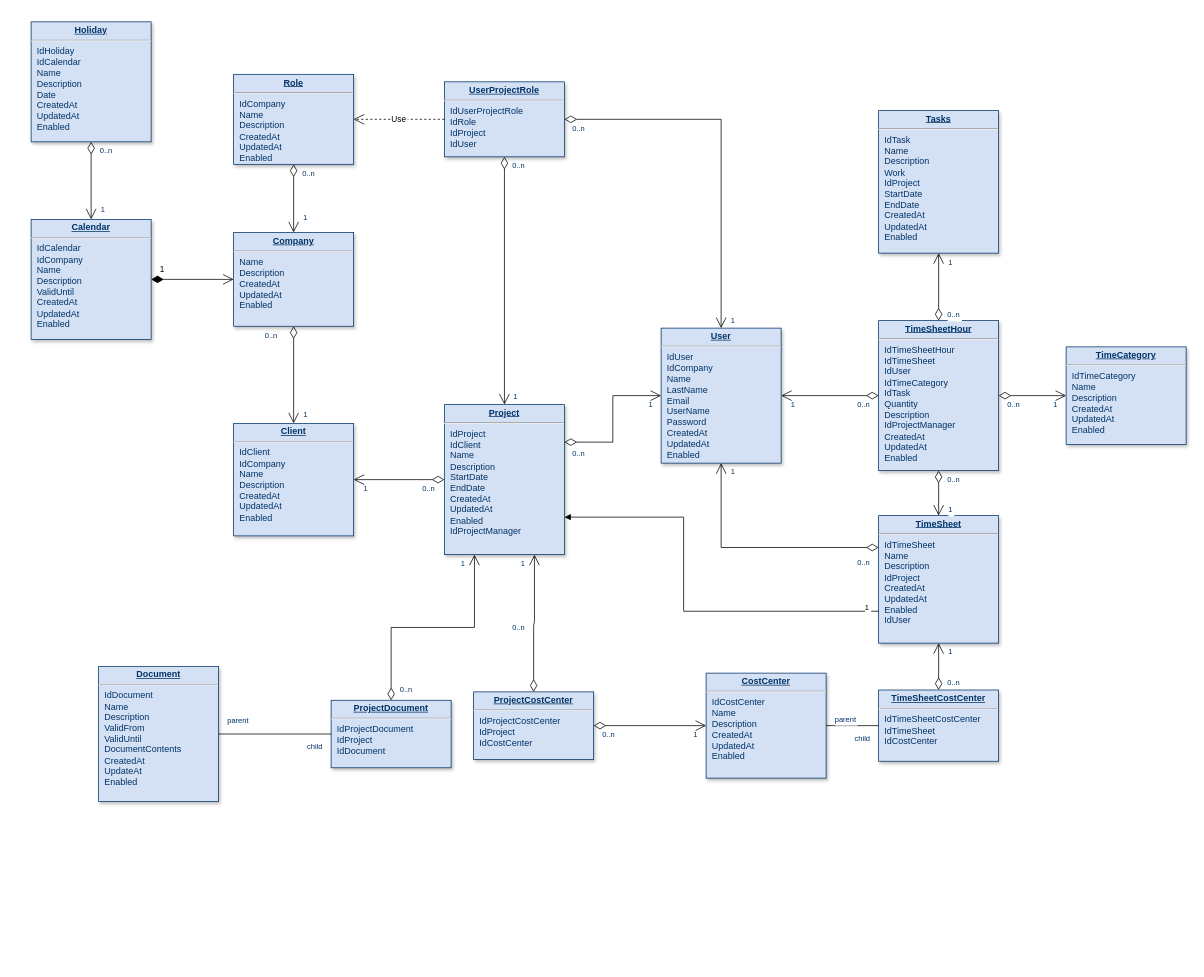
drojasga/demo-cda-2021-1S keeps this draw.io diagram as Untitled Diagram.drawio. Above is the earlier version. Source tidied: cells renumbered, new cells numbered last; positions are measured from the earlier drawing's top-left corner, leaving out a move shared by most shapes. Both pictures are drawn from the tidied source at 75%, with x=0, y=0 at pixel (31, 22).
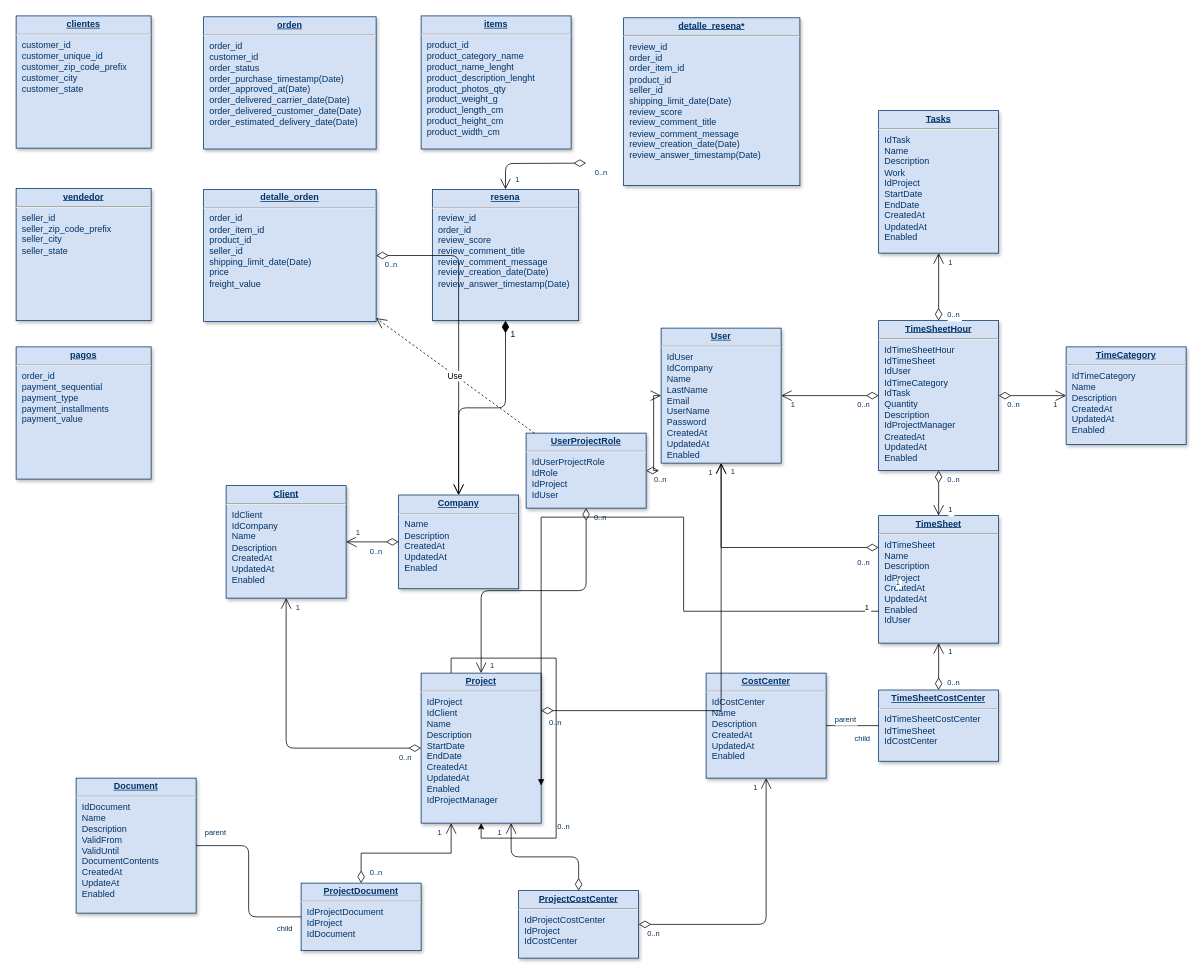
The same diagram, later.

Unchanged cells that the change refers to:
```xml
<mxCell id="22" style="endArrow=open;endSize=12;startArrow=diamondThin;startSize=14;startFill=0;edgeStyle=orthogonalEdgeStyle;rounded=0;" parent="1" edge="1" source="6" target="5">
  <mxGeometry x="519.4" y="180" as="geometry" />
</mxCell>
```

Change to the diagram source:
```diff
@@
-    <mxCell id="2" value="&lt;p style=&quot;margin: 0px; margin-top: 4px; text-align: center; text-decoration: underline;&quot;&gt;&lt;strong&gt;Role&lt;/strong&gt;&lt;/p&gt;&lt;hr /&gt;&lt;p style=&quot;margin: 0px; margin-left: 8px;&quot;&gt;IdCompany&lt;br /&gt;Name&lt;/p&gt;&lt;p style=&quot;margin: 0px; margin-left: 8px;&quot;&gt;Description&lt;/p&gt;&lt;p style=&quot;margin: 0px; margin-left: 8px;&quot;&gt;CreatedAt&lt;/p&gt;&lt;p style=&quot;margin: 0px; margin-left: 8px;&quot;&gt;UpdatedAt&lt;/p&gt;&lt;p style=&quot;margin: 0px; margin-left: 8px;&quot;&gt;Enabled&lt;/p&gt;" style="verticalAlign=top;align=left;overflow=fill;fontSize=12;fontFamily=Helvetica;html=1;strokeColor=#003366;shadow=1;fillColor=#D4E1F5;fontColor=#003366;" parent="1" vertex="1">
-      <mxGeometry x="270" y="69.6" width="160" height="120" as="geometry" />
+    <mxCell id="2" value="&lt;p style=&quot;margin: 0px ; margin-top: 4px ; text-align: center ; text-decoration: underline&quot;&gt;&lt;b&gt;detalle_orden&lt;/b&gt;&lt;/p&gt;&lt;hr&gt;&lt;p style=&quot;margin: 0px ; margin-left: 8px&quot;&gt;order_id&lt;/p&gt;&lt;p style=&quot;margin: 0px ; margin-left: 8px&quot;&gt;order_item_id&lt;/p&gt;&lt;p style=&quot;margin: 0px ; margin-left: 8px&quot;&gt;product_id&lt;/p&gt;&lt;p style=&quot;margin: 0px ; margin-left: 8px&quot;&gt;seller_id&lt;/p&gt;&lt;p style=&quot;margin: 0px ; margin-left: 8px&quot;&gt;shipping_limit_date(Date)&lt;/p&gt;&lt;p style=&quot;margin: 0px ; margin-left: 8px&quot;&gt;price&lt;/p&gt;&lt;p style=&quot;margin: 0px ; margin-left: 8px&quot;&gt;freight_value&lt;/p&gt;" style="verticalAlign=top;align=left;overflow=fill;fontSize=12;fontFamily=Helvetica;html=1;strokeColor=#003366;shadow=1;fillColor=#D4E1F5;fontColor=#003366;" parent="1" vertex="1">
+      <mxGeometry x="230" y="223" width="230" height="176.3" as="geometry" />
     </mxCell>
     <mxCell id="3" value="&lt;p style=&quot;margin: 0px; margin-top: 4px; text-align: center; text-decoration: underline;&quot;&gt;&lt;strong&gt;Company&lt;/strong&gt;&lt;/p&gt;&lt;hr /&gt;&lt;p style=&quot;margin: 0px; margin-left: 8px;&quot;&gt;Name&lt;/p&gt;&lt;p style=&quot;margin: 0px; margin-left: 8px;&quot;&gt;Description&lt;/p&gt;&lt;p style=&quot;margin: 0px; margin-left: 8px;&quot;&gt;CreatedAt&lt;/p&gt;&lt;p style=&quot;margin: 0px; margin-left: 8px;&quot;&gt;UpdatedAt&lt;/p&gt;&lt;p style=&quot;margin: 0px; margin-left: 8px;&quot;&gt;Enabled&lt;/p&gt;" style="verticalAlign=top;align=left;overflow=fill;fontSize=12;fontFamily=Helvetica;html=1;strokeColor=#003366;shadow=1;fillColor=#D4E1F5;fontColor=#003366;" parent="1" vertex="1">
-      <mxGeometry x="270" y="280.5" width="160" height="125" as="geometry" />
+      <mxGeometry x="490" y="630.5" width="160" height="125" as="geometry" />
     </mxCell>
-    <mxCell id="4" value="&lt;p style=&quot;margin: 0px; margin-top: 4px; text-align: center; text-decoration: underline;&quot;&gt;&lt;strong&gt;Calendar&lt;/strong&gt;&lt;/p&gt;&lt;hr /&gt;&lt;p style=&quot;margin: 0px; margin-left: 8px;&quot;&gt;IdCalendar&lt;/p&gt;&lt;p style=&quot;margin: 0px; margin-left: 8px;&quot;&gt;IdCompany&lt;/p&gt;&lt;p style=&quot;margin: 0px; margin-left: 8px;&quot;&gt;Name&lt;/p&gt;&lt;p style=&quot;margin: 0px; margin-left: 8px;&quot;&gt;Description&lt;/p&gt;&lt;p style=&quot;margin: 0px; margin-left: 8px;&quot;&gt;ValidUntil&lt;/p&gt;&lt;p style=&quot;margin: 0px; margin-left: 8px;&quot;&gt;CreatedAt&lt;/p&gt;&lt;p style=&quot;margin: 0px; margin-left: 8px;&quot;&gt;UpdatedAt&lt;/p&gt;&lt;p style=&quot;margin: 0px; margin-left: 8px;&quot;&gt;Enabled&lt;/p&gt;" style="verticalAlign=top;align=left;overflow=fill;fontSize=12;fontFamily=Helvetica;html=1;strokeColor=#003366;shadow=1;fillColor=#D4E1F5;fontColor=#003366;" parent="1" vertex="1">
-      <mxGeometry y="263" width="160" height="160" as="geometry" />
+    <mxCell id="4" value="&lt;p style=&quot;margin: 0px ; margin-top: 4px ; text-align: center ; text-decoration: underline&quot;&gt;&lt;b&gt;resena&lt;/b&gt;&lt;/p&gt;&lt;hr&gt;&lt;p style=&quot;margin: 0px ; margin-left: 8px&quot;&gt;review_id&lt;/p&gt;&lt;p style=&quot;margin: 0px ; margin-left: 8px&quot;&gt;order_id&lt;/p&gt;&lt;p style=&quot;margin: 0px ; margin-left: 8px&quot;&gt;review_score&lt;/p&gt;&lt;p style=&quot;margin: 0px ; margin-left: 8px&quot;&gt;review_comment_title&lt;/p&gt;&lt;p style=&quot;margin: 0px ; margin-left: 8px&quot;&gt;review_comment_message&lt;/p&gt;&lt;p style=&quot;margin: 0px ; margin-left: 8px&quot;&gt;review_creation_date(Date)&lt;/p&gt;&lt;p style=&quot;margin: 0px ; margin-left: 8px&quot;&gt;review_answer_timestamp(Date)&lt;/p&gt;" style="verticalAlign=top;align=left;overflow=fill;fontSize=12;fontFamily=Helvetica;html=1;strokeColor=#003366;shadow=1;fillColor=#D4E1F5;fontColor=#003366;" parent="1" vertex="1">
+      <mxGeometry x="535" y="223" width="195" height="175" as="geometry" />
     </mxCell>
@@
     <mxCell id="6" value="&lt;p style=&quot;margin: 0px; margin-top: 4px; text-align: center; text-decoration: underline;&quot;&gt;&lt;strong&gt;UserProjectRole&lt;/strong&gt;&lt;/p&gt;&lt;hr /&gt;&lt;p style=&quot;margin: 0px; margin-left: 8px;&quot;&gt;IdUserProjectRole&lt;/p&gt;&lt;p style=&quot;margin: 0px; margin-left: 8px;&quot;&gt;IdRole&lt;/p&gt;&lt;p style=&quot;margin: 0px; margin-left: 8px;&quot;&gt;IdProject&lt;/p&gt;&lt;p style=&quot;margin: 0px; margin-left: 8px;&quot;&gt;IdUser&lt;/p&gt;" style="verticalAlign=top;align=left;overflow=fill;fontSize=12;fontFamily=Helvetica;html=1;strokeColor=#003366;shadow=1;fillColor=#D4E1F5;fontColor=#003366;" parent="1" vertex="1">
-      <mxGeometry x="551.1" y="79.6" width="160" height="100" as="geometry" />
+      <mxGeometry x="660" y="548" width="160" height="100" as="geometry" />
     </mxCell>
     <mxCell id="7" value="&lt;p style=&quot;margin: 0px; margin-top: 4px; text-align: center; text-decoration: underline;&quot;&gt;&lt;strong&gt;Client&lt;/strong&gt;&lt;/p&gt;&lt;hr /&gt;&lt;p style=&quot;margin: 0px; margin-left: 8px;&quot;&gt;IdClient&lt;/p&gt;&lt;p style=&quot;margin: 0px; margin-left: 8px;&quot;&gt;IdCompany&lt;/p&gt;&lt;p style=&quot;margin: 0px; margin-left: 8px;&quot;&gt;Name&lt;/p&gt;&lt;p style=&quot;margin: 0px; margin-left: 8px;&quot;&gt;Description&lt;/p&gt;&lt;p style=&quot;margin: 0px; margin-left: 8px;&quot;&gt;CreatedAt&lt;/p&gt;&lt;p style=&quot;margin: 0px; margin-left: 8px;&quot;&gt;UpdatedAt&lt;/p&gt;&lt;p style=&quot;margin: 0px; margin-left: 8px;&quot;&gt;Enabled&lt;/p&gt;" style="verticalAlign=top;align=left;overflow=fill;fontSize=12;fontFamily=Helvetica;html=1;strokeColor=#003366;shadow=1;fillColor=#D4E1F5;fontColor=#003366;" parent="1" vertex="1">
-      <mxGeometry x="270" y="535" width="160" height="150" as="geometry" />
+      <mxGeometry x="260" y="618" width="160" height="150" as="geometry" />
     </mxCell>
-    <mxCell id="8" value="&lt;p style=&quot;margin: 0px; margin-top: 4px; text-align: center; text-decoration: underline;&quot;&gt;&lt;strong&gt;Holiday&lt;/strong&gt;&lt;/p&gt;&lt;hr /&gt;&lt;p style=&quot;margin: 0px; margin-left: 8px;&quot;&gt;IdHoliday&lt;/p&gt;&lt;p style=&quot;margin: 0px; margin-left: 8px;&quot;&gt;IdCalendar&lt;/p&gt;&lt;p style=&quot;margin: 0px; margin-left: 8px;&quot;&gt;Name&lt;/p&gt;&lt;p style=&quot;margin: 0px; margin-left: 8px;&quot;&gt;Description&lt;/p&gt;&lt;p style=&quot;margin: 0px; margin-left: 8px;&quot;&gt;Date&lt;/p&gt;&lt;p style=&quot;margin: 0px; margin-left: 8px;&quot;&gt;CreatedAt&lt;/p&gt;&lt;p style=&quot;margin: 0px; margin-left: 8px;&quot;&gt;UpdatedAt&lt;/p&gt;&lt;p style=&quot;margin: 0px; margin-left: 8px;&quot;&gt;Enabled&lt;/p&gt;" style="verticalAlign=top;align=left;overflow=fill;fontSize=12;fontFamily=Helvetica;html=1;strokeColor=#003366;shadow=1;fillColor=#D4E1F5;fontColor=#003366;" parent="1" vertex="1">
-      <mxGeometry y="-0.4" width="160" height="160" as="geometry" />
+    <mxCell id="8" value="&lt;p style=&quot;margin: 0px ; margin-top: 4px ; text-align: center ; text-decoration: underline&quot;&gt;&lt;b&gt;clientes&lt;/b&gt;&lt;/p&gt;&lt;hr&gt;&lt;p style=&quot;margin: 0px ; margin-left: 8px&quot;&gt;customer_id&lt;/p&gt;&lt;p style=&quot;margin: 0px ; margin-left: 8px&quot;&gt;customer_unique_id&lt;/p&gt;&lt;p style=&quot;margin: 0px ; margin-left: 8px&quot;&gt;customer_zip_code_prefix&lt;/p&gt;&lt;p style=&quot;margin: 0px ; margin-left: 8px&quot;&gt;customer_city&lt;/p&gt;&lt;p style=&quot;margin: 0px ; margin-left: 8px&quot;&gt;customer_state&lt;/p&gt;" style="verticalAlign=top;align=left;overflow=fill;fontSize=12;fontFamily=Helvetica;html=1;strokeColor=#003366;shadow=1;fillColor=#D4E1F5;fontColor=#003366;" parent="1" vertex="1">
+      <mxGeometry x="-20" y="-8.3" width="180" height="176.3" as="geometry" />
     </mxCell>
@@
     <mxCell id="11" value="&lt;p style=&quot;margin: 0px; margin-top: 4px; text-align: center; text-decoration: underline;&quot;&gt;&lt;strong&gt;Document&lt;/strong&gt;&lt;/p&gt;&lt;hr /&gt;&lt;p style=&quot;margin: 0px; margin-left: 8px;&quot;&gt;IdDocument&lt;/p&gt;&lt;p style=&quot;margin: 0px; margin-left: 8px;&quot;&gt;Name&lt;/p&gt;&lt;p style=&quot;margin: 0px; margin-left: 8px;&quot;&gt;Description&lt;/p&gt;&lt;p style=&quot;margin: 0px; margin-left: 8px;&quot;&gt;ValidFrom&lt;/p&gt;&lt;p style=&quot;margin: 0px; margin-left: 8px;&quot;&gt;ValidUntil&lt;/p&gt;&lt;p style=&quot;margin: 0px; margin-left: 8px;&quot;&gt;DocumentContents&lt;/p&gt;&lt;p style=&quot;margin: 0px; margin-left: 8px;&quot;&gt;CreatedAt&lt;/p&gt;&lt;p style=&quot;margin: 0px; margin-left: 8px;&quot;&gt;UpdateAt&lt;/p&gt;&lt;p style=&quot;margin: 0px; margin-left: 8px;&quot;&gt;Enabled&lt;/p&gt;" style="verticalAlign=top;align=left;overflow=fill;fontSize=12;fontFamily=Helvetica;html=1;strokeColor=#003366;shadow=1;fillColor=#D4E1F5;fontColor=#003366;" parent="1" vertex="1">
-      <mxGeometry x="90" y="859.2" width="160" height="180" as="geometry" />
+      <mxGeometry x="60" y="1008" width="160" height="180" as="geometry" />
     </mxCell>
     <mxCell id="12" value="&lt;p style=&quot;margin: 0px; margin-top: 4px; text-align: center; text-decoration: underline;&quot;&gt;&lt;strong&gt;Project&lt;/strong&gt;&lt;/p&gt;&lt;hr /&gt;&lt;p style=&quot;margin: 0px; margin-left: 8px;&quot;&gt;IdProject&lt;/p&gt;&lt;p style=&quot;margin: 0px; margin-left: 8px;&quot;&gt;IdClient&lt;/p&gt;&lt;p style=&quot;margin: 0px; margin-left: 8px;&quot;&gt;Name&lt;/p&gt;&lt;p style=&quot;margin: 0px; margin-left: 8px;&quot;&gt;Description&lt;/p&gt;&lt;p style=&quot;margin: 0px; margin-left: 8px;&quot;&gt;StartDate&lt;/p&gt;&lt;p style=&quot;margin: 0px; margin-left: 8px;&quot;&gt;EndDate&lt;/p&gt;&lt;p style=&quot;margin: 0px; margin-left: 8px;&quot;&gt;CreatedAt&lt;/p&gt;&lt;p style=&quot;margin: 0px; margin-left: 8px;&quot;&gt;UpdatedAt&lt;/p&gt;&lt;p style=&quot;margin: 0px; margin-left: 8px;&quot;&gt;Enabled&lt;br /&gt;IdProjectManager&lt;/p&gt;" style="verticalAlign=top;align=left;overflow=fill;fontSize=12;fontFamily=Helvetica;html=1;strokeColor=#003366;shadow=1;fillColor=#D4E1F5;fontColor=#003366;" parent="1" vertex="1">
-      <mxGeometry x="551.1" y="510" width="160" height="200" as="geometry" />
+      <mxGeometry x="520" y="868" width="160" height="200" as="geometry" />
     </mxCell>
@@
     <mxCell id="16" value="&lt;p style=&quot;margin: 0px; margin-top: 4px; text-align: center; text-decoration: underline;&quot;&gt;&lt;strong&gt;ProjectCostCenter&lt;/strong&gt;&lt;/p&gt;&lt;hr /&gt;&lt;p style=&quot;margin: 0px; margin-left: 8px;&quot;&gt;IdProjectCostCenter&lt;/p&gt;&lt;p style=&quot;margin: 0px; margin-left: 8px;&quot;&gt;IdProject&lt;/p&gt;&lt;p style=&quot;margin: 0px; margin-left: 8px;&quot;&gt;IdCostCenter&lt;/p&gt;" style="verticalAlign=top;align=left;overflow=fill;fontSize=12;fontFamily=Helvetica;html=1;strokeColor=#003366;shadow=1;fillColor=#D4E1F5;fontColor=#003366;" parent="1" vertex="1">
-      <mxGeometry x="590" y="893" width="160" height="90" as="geometry" />
+      <mxGeometry x="650" y="1158" width="160" height="90" as="geometry" />
     </mxCell>
     <mxCell id="17" value="&lt;p style=&quot;margin: 0px ; margin-top: 4px ; text-align: center ; text-decoration: underline&quot;&gt;&lt;strong&gt;ProjectDocument&lt;/strong&gt;&lt;/p&gt;&lt;hr&gt;&lt;p style=&quot;margin: 0px ; margin-left: 8px&quot;&gt;IdProjectDocument&lt;/p&gt;&lt;p style=&quot;margin: 0px ; margin-left: 8px&quot;&gt;IdProject&lt;/p&gt;&lt;p style=&quot;margin: 0px ; margin-left: 8px&quot;&gt;IdDocument&lt;/p&gt;" style="verticalAlign=top;align=left;overflow=fill;fontSize=12;fontFamily=Helvetica;html=1;strokeColor=#003366;shadow=1;fillColor=#D4E1F5;fontColor=#003366;" parent="1" vertex="1">
-      <mxGeometry x="400" y="904.2" width="160" height="90" as="geometry" />
+      <mxGeometry x="360" y="1148" width="160" height="90" as="geometry" />
     </mxCell>
@@
-    <mxCell id="24" value="1" style="align=right;verticalAlign=top;labelBackgroundColor=#ffffff;fontSize=10;strokeColor=#003366;shadow=1;fillColor=#D4E1F5;fontColor=#003366;" parent="22" vertex="1">
-      <mxGeometry x="1" relative="1" as="geometry">
-        <mxPoint x="-550" y="-160" as="offset" />
-      </mxGeometry>
-    </mxCell>
@@
-    <mxCell id="61" style="endArrow=open;endSize=12;startArrow=diamondThin;startSize=14;startFill=0;edgeStyle=orthogonalEdgeStyle;" parent="1" edge="1" source="8" target="4">
-      <mxGeometry x="620" y="340" as="geometry" />
+    <mxCell id="61" style="endArrow=open;endSize=12;startArrow=diamondThin;startSize=14;startFill=0;edgeStyle=orthogonalEdgeStyle;" parent="1" edge="1" target="4">
+      <mxGeometry x="620" y="340" as="geometry">
+        <mxPoint x="740" y="188" as="sourcePoint" />
+      </mxGeometry>
     </mxCell>
@@
+    <mxCell id="77" value="&lt;p style=&quot;margin: 0px ; margin-top: 4px ; text-align: center ; text-decoration: underline&quot;&gt;&lt;b&gt;items&lt;/b&gt;&lt;/p&gt;&lt;hr&gt;&lt;p style=&quot;margin: 0px ; margin-left: 8px&quot;&gt;product_id&lt;/p&gt;&lt;p style=&quot;margin: 0px ; margin-left: 8px&quot;&gt;product_category_name&lt;/p&gt;&lt;p style=&quot;margin: 0px ; margin-left: 8px&quot;&gt;product_name_lenght&lt;/p&gt;&lt;p style=&quot;margin: 0px ; margin-left: 8px&quot;&gt;product_description_lenght&lt;/p&gt;&lt;p style=&quot;margin: 0px ; margin-left: 8px&quot;&gt;product_photos_qty&lt;/p&gt;&lt;p style=&quot;margin: 0px ; margin-left: 8px&quot;&gt;product_weight_g&lt;/p&gt;&lt;p style=&quot;margin: 0px ; margin-left: 8px&quot;&gt;product_length_cm&lt;/p&gt;&lt;p style=&quot;margin: 0px ; margin-left: 8px&quot;&gt;product_height_cm&lt;/p&gt;&lt;p style=&quot;margin: 0px ; margin-left: 8px&quot;&gt;product_width_cm&lt;/p&gt;" style="verticalAlign=top;align=left;overflow=fill;fontSize=12;fontFamily=Helvetica;html=1;strokeColor=#003366;shadow=1;fillColor=#D4E1F5;fontColor=#003366;" parent="1" vertex="1">
+      <mxGeometry x="520" y="-8.3" width="200" height="177.5" as="geometry" />
+    </mxCell>
+    <mxCell id="78" value="&lt;p style=&quot;margin: 0px ; margin-top: 4px ; text-align: center ; text-decoration: underline&quot;&gt;&lt;b&gt;orden&lt;/b&gt;&lt;/p&gt;&lt;hr&gt;&lt;p style=&quot;margin: 0px ; margin-left: 8px&quot;&gt;order_id&lt;/p&gt;&lt;p style=&quot;margin: 0px ; margin-left: 8px&quot;&gt;customer_id&lt;/p&gt;&lt;p style=&quot;margin: 0px ; margin-left: 8px&quot;&gt;order_status&lt;/p&gt;&lt;p style=&quot;margin: 0px ; margin-left: 8px&quot;&gt;order_purchase_timestamp(Date)&lt;/p&gt;&lt;p style=&quot;margin: 0px ; margin-left: 8px&quot;&gt;order_approved_at(Date)&lt;/p&gt;&lt;p style=&quot;margin: 0px ; margin-left: 8px&quot;&gt;order_delivered_carrier_date(Date)&lt;/p&gt;&lt;p style=&quot;margin: 0px ; margin-left: 8px&quot;&gt;order_delivered_customer_date(Date)&lt;/p&gt;&lt;p style=&quot;margin: 0px ; margin-left: 8px&quot;&gt;order_estimated_delivery_date(Date)&lt;/p&gt;" style="verticalAlign=top;align=left;overflow=fill;fontSize=12;fontFamily=Helvetica;html=1;strokeColor=#003366;shadow=1;fillColor=#D4E1F5;fontColor=#003366;" parent="1" vertex="1">
+      <mxGeometry x="230" y="-7.1" width="230" height="176.3" as="geometry" />
+    </mxCell>
+    <mxCell id="79" style="edgeStyle=orthogonalEdgeStyle;rounded=0;orthogonalLoop=1;jettySize=auto;html=1;exitX=0.25;exitY=0;exitDx=0;exitDy=0;" parent="1" edge="1" source="12" target="12">
+      <mxGeometry relative="1" as="geometry" />
+    </mxCell>
+    <mxCell id="80" value="&lt;p style=&quot;margin: 0px ; margin-top: 4px ; text-align: center ; text-decoration: underline&quot;&gt;&lt;b&gt;vendedor&lt;/b&gt;&lt;/p&gt;&lt;hr&gt;&lt;p style=&quot;margin: 0px ; margin-left: 8px&quot;&gt;seller_id&lt;/p&gt;&lt;p style=&quot;margin: 0px ; margin-left: 8px&quot;&gt;seller_zip_code_prefix&lt;/p&gt;&lt;p style=&quot;margin: 0px ; margin-left: 8px&quot;&gt;seller_city&lt;/p&gt;&lt;p style=&quot;margin: 0px ; margin-left: 8px&quot;&gt;seller_state&lt;/p&gt;" style="verticalAlign=top;align=left;overflow=fill;fontSize=12;fontFamily=Helvetica;html=1;strokeColor=#003366;shadow=1;fillColor=#D4E1F5;fontColor=#003366;" parent="1" vertex="1">
+      <mxGeometry x="-20" y="221.7" width="180" height="176.3" as="geometry" />
+    </mxCell>
+    <mxCell id="81" value="&lt;p style=&quot;margin: 0px ; margin-top: 4px ; text-align: center ; text-decoration: underline&quot;&gt;&lt;b&gt;detalle_resena*&lt;/b&gt;&lt;/p&gt;&lt;hr&gt;&lt;p style=&quot;margin: 0px ; margin-left: 8px&quot;&gt;review_id&lt;/p&gt;&lt;p style=&quot;margin: 0px ; margin-left: 8px&quot;&gt;order_id&lt;/p&gt;&lt;p style=&quot;margin: 0px 0px 0px 8px&quot;&gt;order_item_id&lt;/p&gt;&lt;p style=&quot;margin: 0px 0px 0px 8px&quot;&gt;product_id&lt;/p&gt;&lt;p style=&quot;margin: 0px 0px 0px 8px&quot;&gt;seller_id&lt;/p&gt;&lt;p style=&quot;margin: 0px 0px 0px 8px&quot;&gt;shipping_limit_date(Date)&lt;/p&gt;&lt;p style=&quot;margin: 0px ; margin-left: 8px&quot;&gt;review_score&lt;/p&gt;&lt;p style=&quot;margin: 0px ; margin-left: 8px&quot;&gt;review_comment_title&lt;/p&gt;&lt;p style=&quot;margin: 0px ; margin-left: 8px&quot;&gt;review_comment_message&lt;/p&gt;&lt;p style=&quot;margin: 0px ; margin-left: 8px&quot;&gt;review_creation_date(Date)&lt;/p&gt;&lt;p style=&quot;margin: 0px ; margin-left: 8px&quot;&gt;review_answer_timestamp(Date)&lt;/p&gt;" style="verticalAlign=top;align=left;overflow=fill;fontSize=12;fontFamily=Helvetica;html=1;strokeColor=#003366;shadow=1;fillColor=#D4E1F5;fontColor=#003366;" parent="1" vertex="1">
+      <mxGeometry x="790" y="-5.8" width="235" height="223.8" as="geometry" />
+    </mxCell>
+    <mxCell id="82" value="&lt;p style=&quot;margin: 0px ; margin-top: 4px ; text-align: center ; text-decoration: underline&quot;&gt;&lt;b&gt;pagos&lt;/b&gt;&lt;/p&gt;&lt;hr&gt;&lt;p style=&quot;margin: 0px ; margin-left: 8px&quot;&gt;order_id&lt;/p&gt;&lt;p style=&quot;margin: 0px ; margin-left: 8px&quot;&gt;payment_sequential&lt;/p&gt;&lt;p style=&quot;margin: 0px ; margin-left: 8px&quot;&gt;payment_type&lt;/p&gt;&lt;p style=&quot;margin: 0px ; margin-left: 8px&quot;&gt;payment_installments&lt;/p&gt;&lt;p style=&quot;margin: 0px ; margin-left: 8px&quot;&gt;payment_value&lt;/p&gt;" style="verticalAlign=top;align=left;overflow=fill;fontSize=12;fontFamily=Helvetica;html=1;strokeColor=#003366;shadow=1;fillColor=#D4E1F5;fontColor=#003366;" parent="1" vertex="1">
+      <mxGeometry x="-20" y="433" width="180" height="176.3" as="geometry" />
+    </mxCell>
```
